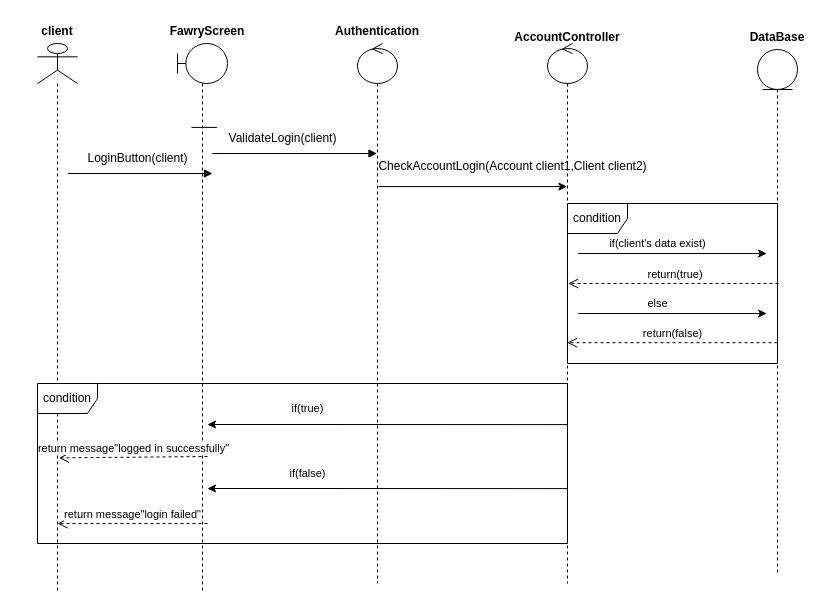
Above: Design System/LoginSequenceDiagram.drawio in hazemadelkhalel/Fawry-System (draw.io), before the change. Source tidied: cells renumbered, new cells numbered last; positions are measured from the earlier drawing's top-left corner, leaving out a move shared by most shapes. Both pictures are drawn from the tidied source at 100%, with x=0, y=0 at pixel (17, 17).
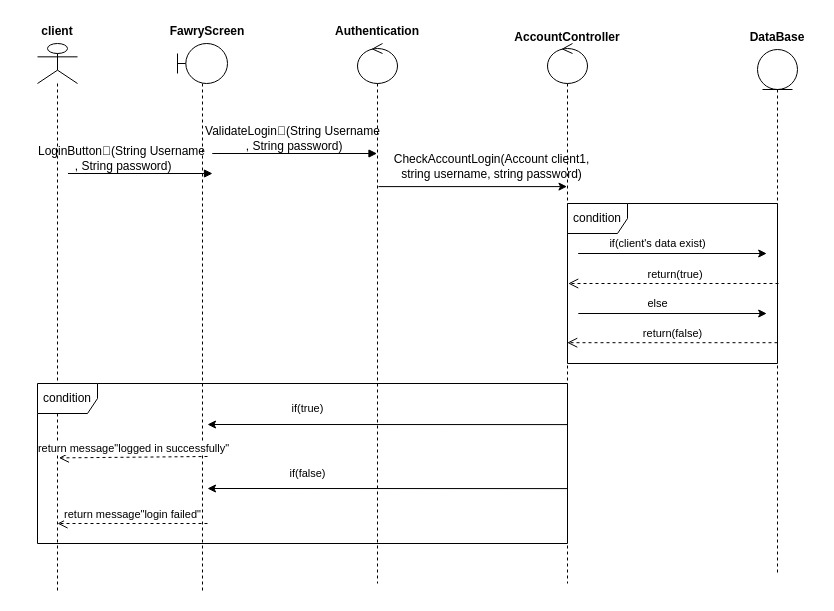
The same diagram, later.

Commit message:
editted in loginSequenceDiagram

Change to the diagram source:
```diff
@@
-    <mxCell id="3" value="CheckAccountLogin(Account client1,Client client2)" style="text;html=1;align=center;verticalAlign=middle;strokeColor=none;fillColor=none;" parent="1" vertex="1">
-      <mxGeometry x="350" y="134" width="290" height="30" as="geometry" />
+    <mxCell id="3" value="CheckAccountLogin(Account client1,&lt;br&gt;string username, string password)" style="text;html=1;align=center;verticalAlign=middle;strokeColor=none;fillColor=none;" parent="1" vertex="1">
+      <mxGeometry x="369" y="134" width="210" height="30" as="geometry" />
     </mxCell>
-    <mxCell id="4" style="endArrow=none;html=1;rounded=0;entryX=-0.2;entryY=0.131;entryDx=0;entryDy=0;entryPerimeter=0;" parent="1" edge="1" target="6">
-      <mxGeometry relative="1" as="geometry">
-        <mxPoint x="199.5" y="109.9" as="sourcePoint" />
-      </mxGeometry>
-    </mxCell>
@@
-    <mxCell id="6" value="ValidateLogin(client)" style="text;html=1;align=center;verticalAlign=middle;points=[];strokeColor=none;fillColor=none;" parent="1" vertex="1">
-      <mxGeometry x="200" y="106" width="130" height="30" as="geometry" />
+    <mxCell id="6" value="ValidateLogin(ٍString Username&lt;br&gt;&amp;nbsp;, String password)" style="text;html=1;align=center;verticalAlign=middle;points=[];strokeColor=none;fillColor=none;" parent="1" vertex="1">
+      <mxGeometry x="185" y="106" width="180" height="30" as="geometry" />
     </mxCell>
-    <mxCell id="7" value="LoginButton(client)" style="text;html=1;align=center;verticalAlign=middle;strokeColor=none;fillColor=none;" parent="1" vertex="1">
-      <mxGeometry x="60" y="126" width="120" height="30" as="geometry" />
+    <mxCell id="7" value="LoginButton(ٍString Username&lt;br&gt;&amp;nbsp;, String password)" style="text;html=1;align=center;verticalAlign=middle;strokeColor=none;fillColor=none;" parent="1" vertex="1">
+      <mxGeometry x="19" y="126" width="170" height="30" as="geometry" />
     </mxCell>
```
